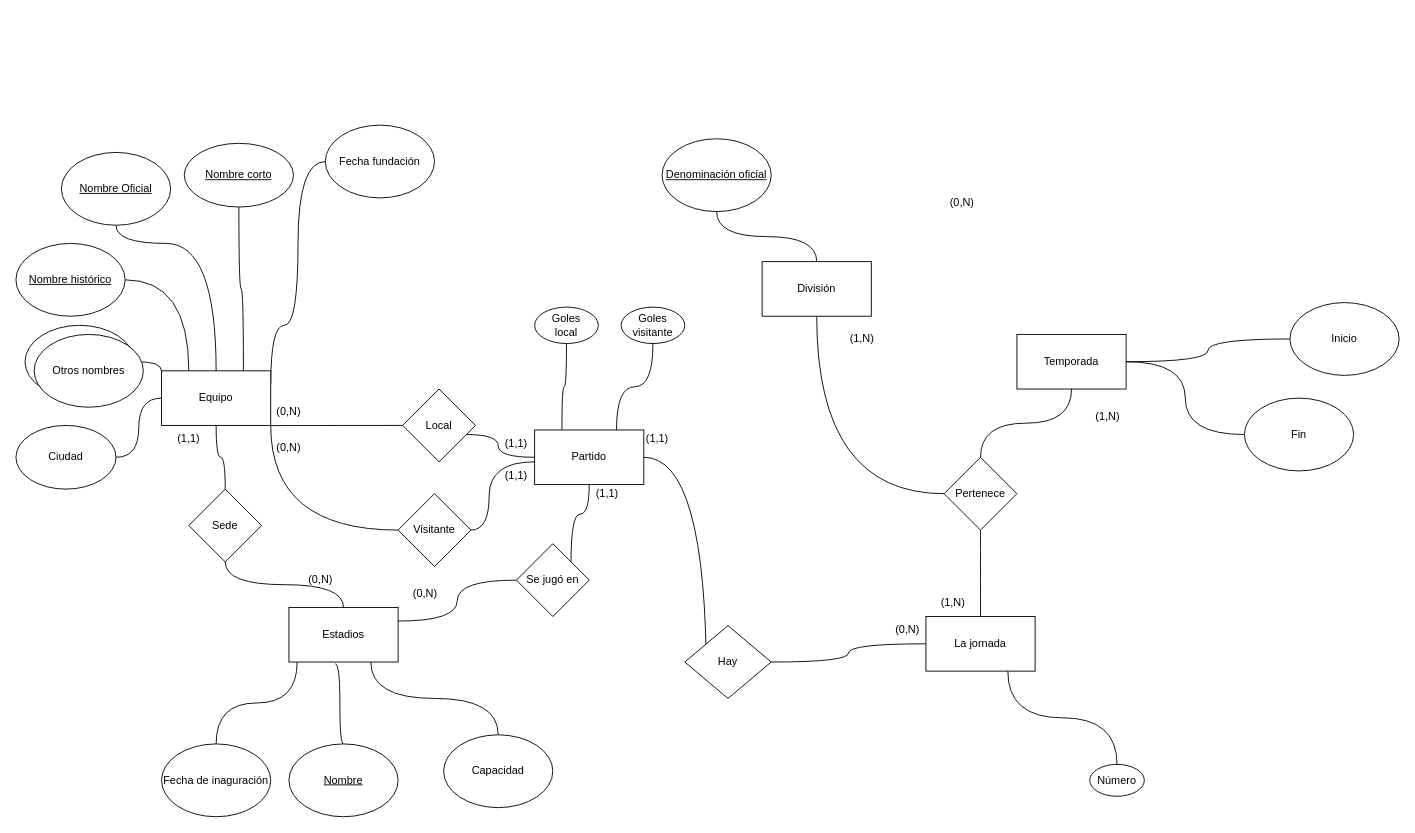
The draw.io diagram draws/LigaFutbol.drawio in Practicass/Practica1_LigaFutbol, before the edit. Source tidied: cells renumbered, new cells numbered last; positions are measured from the earlier drawing's top-left corner, leaving out a move shared by most shapes. Both pictures are drawn from the tidied source at 91%, with x=0, y=0 at pixel (15, 125).
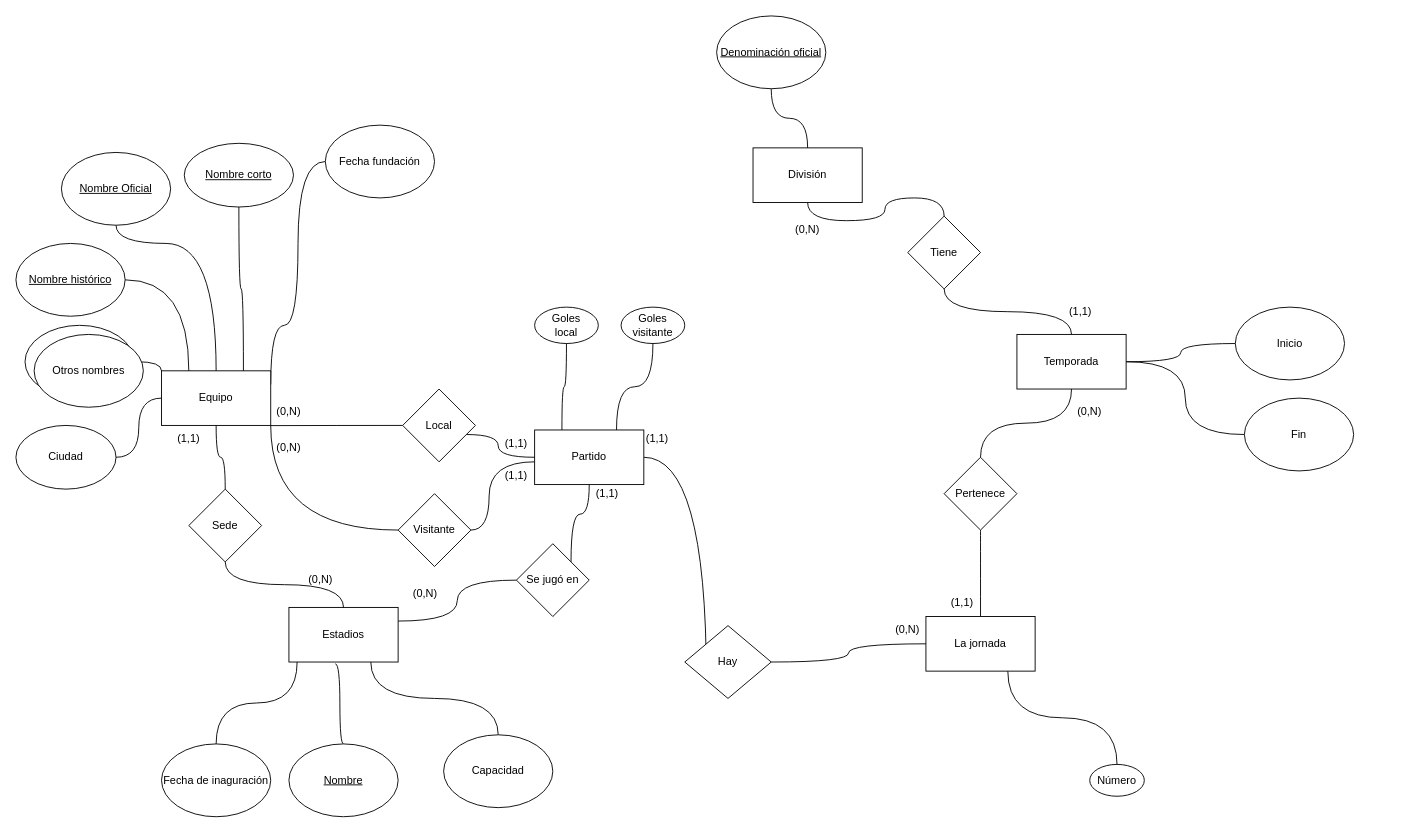
The same page after the edit.

Unchanged cells that the change refers to:
```xml
<mxCell id="10" value="Temporada" style="rounded=0;whiteSpace=wrap;html=1;" parent="1" vertex="1">
  <mxGeometry x="1100" y="230" width="120" height="60" as="geometry" />
</mxCell>
<mxCell id="33" value="Pertenece" style="rhombus;whiteSpace=wrap;html=1;" parent="1" vertex="1">
  <mxGeometry x="1020" y="365" width="80" height="80" as="geometry" />
</mxCell>
```

The edit, as a diff of the source:
```diff
@@
-    <mxCell id="34" value="(1,N)" style="text;html=1;strokeColor=none;fillColor=none;align=center;verticalAlign=middle;whiteSpace=wrap;rounded=0;" parent="1" vertex="1">
-      <mxGeometry x="1000" y="510" width="60" height="30" as="geometry" />
+    <mxCell id="34" value="(1,1)" style="text;html=1;strokeColor=none;fillColor=none;align=center;verticalAlign=middle;whiteSpace=wrap;rounded=0;" parent="1" vertex="1">
+      <mxGeometry x="1010" y="510" width="60" height="30" as="geometry" />
     </mxCell>
     <mxCell id="35" value="(0,N)" style="text;html=1;strokeColor=none;fillColor=none;align=center;verticalAlign=middle;whiteSpace=wrap;rounded=0;" parent="1" vertex="1">
-      <mxGeometry x="1010" y="70" width="60" height="30" as="geometry" />
+      <mxGeometry x="840" y="100" width="60" height="30" as="geometry" />
     </mxCell>
-    <mxCell id="36" style="edgeStyle=orthogonalEdgeStyle;rounded=0;jettySize=auto;html=1;exitX=0.5;exitY=1;exitDx=0;exitDy=0;entryX=0;entryY=0.5;entryDx=0;entryDy=0;curved=1;endArrow=none;endFill=0;" parent="1" edge="1" source="37" target="33">
+    <mxCell id="36" style="edgeStyle=orthogonalEdgeStyle;rounded=0;jettySize=auto;html=1;exitX=0.5;exitY=1;exitDx=0;exitDy=0;curved=1;endArrow=none;endFill=0;" parent="1" edge="1" source="37" target="74">
       <mxGeometry relative="1" as="geometry" />
     </mxCell>
     <mxCell id="37" value="División" style="rounded=0;whiteSpace=wrap;html=1;" parent="1" vertex="1">
-      <mxGeometry x="820" y="150" width="120" height="60" as="geometry" />
+      <mxGeometry x="810" y="25" width="120" height="60" as="geometry" />
     </mxCell>
@@
     <mxCell id="60" value="Denominación oficial" style="ellipse;whiteSpace=wrap;html=1;fontStyle=4;" parent="1" vertex="1">
-      <mxGeometry x="710" y="15" width="120" height="80" as="geometry" />
+      <mxGeometry x="770" y="-120" width="120" height="80" as="geometry" />
     </mxCell>
@@
-    <mxCell id="67" value="(1,N)" style="text;html=1;strokeColor=none;fillColor=none;align=center;verticalAlign=middle;whiteSpace=wrap;rounded=0;" parent="1" vertex="1">
-      <mxGeometry x="900" y="220" width="60" height="30" as="geometry" />
+    <mxCell id="67" value="(1,1)" style="text;html=1;strokeColor=none;fillColor=none;align=center;verticalAlign=middle;whiteSpace=wrap;rounded=0;" parent="1" vertex="1">
+      <mxGeometry x="1140" y="190" width="60" height="30" as="geometry" />
     </mxCell>
-    <mxCell id="68" value="(1,N)" style="text;html=1;strokeColor=none;fillColor=none;align=center;verticalAlign=middle;whiteSpace=wrap;rounded=0;" parent="1" vertex="1">
-      <mxGeometry x="1170" y="305" width="60" height="30" as="geometry" />
+    <mxCell id="68" value="(0,N)" style="text;html=1;strokeColor=none;fillColor=none;align=center;verticalAlign=middle;whiteSpace=wrap;rounded=0;" parent="1" vertex="1">
+      <mxGeometry x="1150" y="300" width="60" height="30" as="geometry" />
     </mxCell>
@@
     <mxCell id="71" value="Inicio" style="ellipse;whiteSpace=wrap;html=1;" parent="1" vertex="1">
-      <mxGeometry x="1400" y="195" width="120" height="80" as="geometry" />
+      <mxGeometry x="1340" y="200" width="120" height="80" as="geometry" />
     </mxCell>
@@
+    <mxCell id="73" style="edgeStyle=orthogonalEdgeStyle;rounded=0;jettySize=auto;html=1;exitX=0.5;exitY=1;exitDx=0;exitDy=0;curved=1;endArrow=none;endFill=0;" parent="1" edge="1" source="74" target="10">
+      <mxGeometry relative="1" as="geometry" />
+    </mxCell>
+    <mxCell id="74" value="Tiene" style="rhombus;whiteSpace=wrap;html=1;" parent="1" vertex="1">
+      <mxGeometry x="980" y="100" width="80" height="80" as="geometry" />
+    </mxCell>
```
